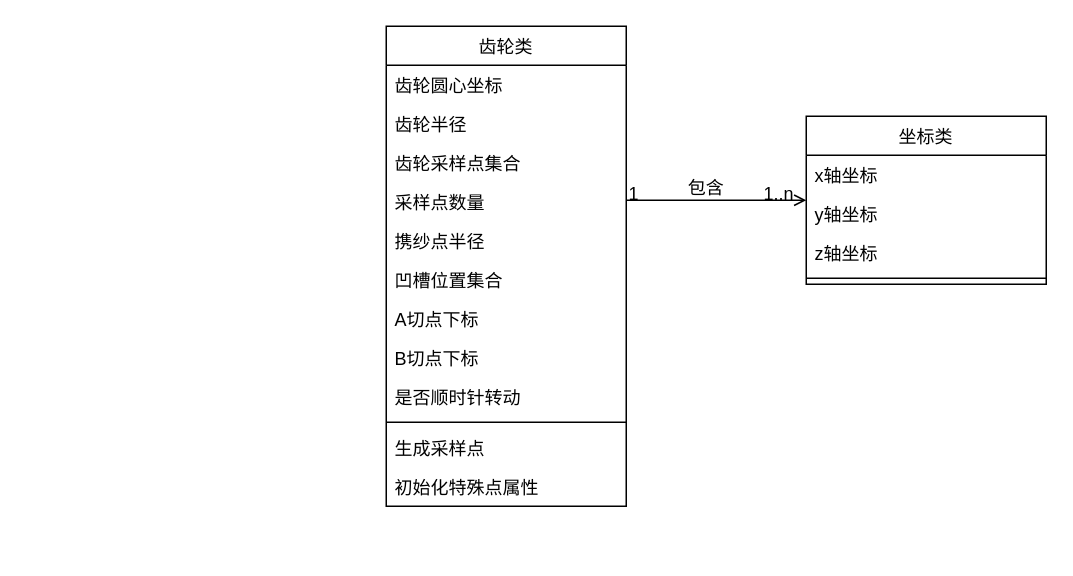
This is 毕设-类图.drawio from ScarboroughCoral/Draw.io.Storage, a draw.io file, before an edit. Source tidied: cells renumbered, new cells numbered last; positions are measured from the earlier drawing's top-left corner, leaving out a move shared by most shapes. Both pictures are drawn from the tidied source at 150%, with x=0, y=0 at pixel (386, 26).
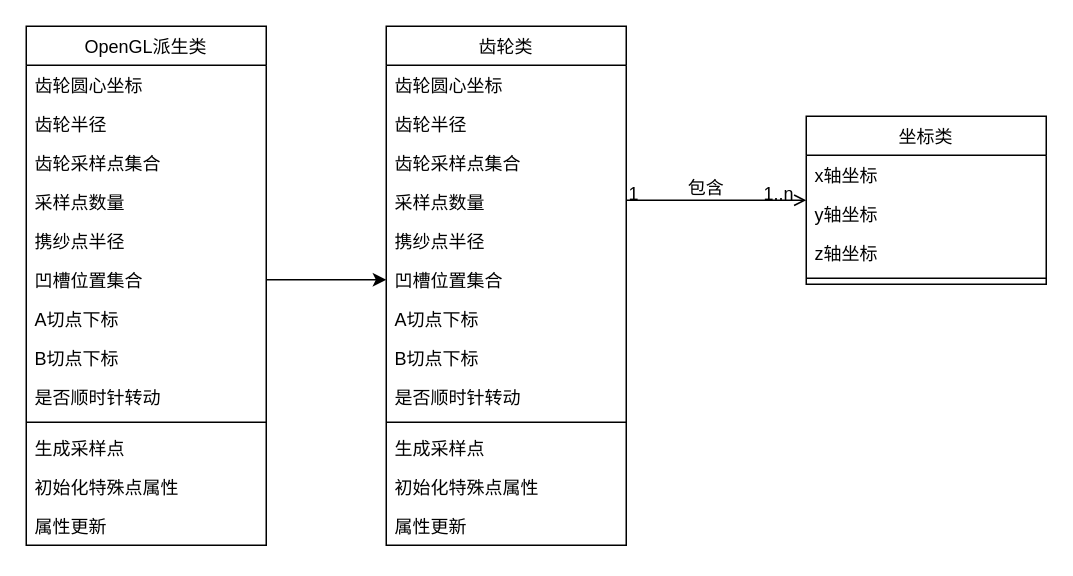
After the change.

Unchanged cells that the change refers to:
```xml
<mxCell id="12" value="凹槽位置集合" style="text;align=left;verticalAlign=top;spacingLeft=4;spacingRight=4;overflow=hidden;points=[[0,0.5],[1,0.5]];portConstraint=eastwest;rounded=0;shadow=0;html=0;" parent="6" vertex="1">
  <mxGeometry y="156" width="160" height="26" as="geometry" />
</mxCell>
```

Diff of the diagram source:
```diff
@@
     <mxCell id="6" value="齿轮类" style="swimlane;fontStyle=0;align=center;verticalAlign=top;horizontal=1;startSize=26;rounded=0;shadow=0;strokeWidth=1;" parent="1" vertex="1">
-      <mxGeometry width="160" height="320" as="geometry" />
+      <mxGeometry width="160" height="346" as="geometry" />
     </mxCell>
@@
+    <mxCell id="24" value="属性更新" style="text;align=left;verticalAlign=top;spacingLeft=4;spacingRight=4;overflow=hidden;" parent="6" vertex="1">
+      <mxGeometry y="320" width="160" height="26" as="geometry" />
+    </mxCell>
+    <mxCell id="25" value="OpenGL派生类" style="swimlane;fontStyle=0;align=center;verticalAlign=top;horizontal=1;startSize=26;rounded=0;shadow=0;strokeWidth=1;" parent="1" vertex="1">
+      <mxGeometry x="-240" width="160" height="346" as="geometry" />
+    </mxCell>
+    <mxCell id="26" value="齿轮圆心坐标" style="text;align=left;verticalAlign=top;spacingLeft=4;spacingRight=4;overflow=hidden;" parent="25" vertex="1">
+      <mxGeometry y="26" width="160" height="26" as="geometry" />
+    </mxCell>
+    <mxCell id="27" value="齿轮半径" style="text;align=left;verticalAlign=top;spacingLeft=4;spacingRight=4;overflow=hidden;rounded=0;shadow=0;html=0;" parent="25" vertex="1">
+      <mxGeometry y="52" width="160" height="26" as="geometry" />
+    </mxCell>
+    <mxCell id="28" value="齿轮采样点集合" style="text;align=left;verticalAlign=top;spacingLeft=4;spacingRight=4;overflow=hidden;rounded=0;shadow=0;html=0;" parent="25" vertex="1">
+      <mxGeometry y="78" width="160" height="26" as="geometry" />
+    </mxCell>
+    <mxCell id="29" value="采样点数量" style="text;align=left;verticalAlign=top;spacingLeft=4;spacingRight=4;overflow=hidden;rounded=0;shadow=0;html=0;" parent="25" vertex="1">
+      <mxGeometry y="104" width="160" height="26" as="geometry" />
+    </mxCell>
+    <mxCell id="30" value="携纱点半径" style="text;align=left;verticalAlign=top;spacingLeft=4;spacingRight=4;overflow=hidden;rounded=0;shadow=0;html=0;" parent="25" vertex="1">
+      <mxGeometry y="130" width="160" height="26" as="geometry" />
+    </mxCell>
+    <mxCell id="31" value="凹槽位置集合" style="text;align=left;verticalAlign=top;spacingLeft=4;spacingRight=4;overflow=hidden;points=[[0,0.5],[1,0.5]];portConstraint=eastwest;rounded=0;shadow=0;html=0;" parent="25" vertex="1">
+      <mxGeometry y="156" width="160" height="26" as="geometry" />
+    </mxCell>
+    <mxCell id="32" value="A切点下标" style="text;align=left;verticalAlign=top;spacingLeft=4;spacingRight=4;overflow=hidden;rounded=0;shadow=0;html=0;" parent="25" vertex="1">
+      <mxGeometry y="182" width="160" height="26" as="geometry" />
+    </mxCell>
+    <mxCell id="33" value="B切点下标" style="text;align=left;verticalAlign=top;spacingLeft=4;spacingRight=4;overflow=hidden;rounded=0;shadow=0;html=0;" parent="25" vertex="1">
+      <mxGeometry y="208" width="160" height="26" as="geometry" />
+    </mxCell>
+    <mxCell id="34" value="是否顺时针转动" style="text;align=left;verticalAlign=top;spacingLeft=4;spacingRight=4;overflow=hidden;rounded=0;shadow=0;html=0;" parent="25" vertex="1">
+      <mxGeometry y="234" width="160" height="26" as="geometry" />
+    </mxCell>
+    <mxCell id="35" style="line;html=1;strokeWidth=1;align=left;verticalAlign=middle;spacingTop=-1;spacingLeft=3;spacingRight=3;labelPosition=right;" parent="25" vertex="1">
+      <mxGeometry y="260" width="160" height="8" as="geometry" />
+    </mxCell>
+    <mxCell id="36" value="生成采样点" style="text;align=left;verticalAlign=top;spacingLeft=4;spacingRight=4;overflow=hidden;" parent="25" vertex="1">
+      <mxGeometry y="268" width="160" height="26" as="geometry" />
+    </mxCell>
+    <mxCell id="37" value="初始化特殊点属性" style="text;align=left;verticalAlign=top;spacingLeft=4;spacingRight=4;overflow=hidden;" parent="25" vertex="1">
+      <mxGeometry y="294" width="160" height="26" as="geometry" />
+    </mxCell>
+    <mxCell id="38" value="属性更新" style="text;align=left;verticalAlign=top;spacingLeft=4;spacingRight=4;overflow=hidden;" parent="25" vertex="1">
+      <mxGeometry y="320" width="160" height="26" as="geometry" />
+    </mxCell>
@@
+    <mxCell id="39" style="edgeStyle=orthogonalEdgeStyle;rounded=0;jettySize=auto;html=1;" parent="1" edge="1" source="31" target="12">
+      <mxGeometry relative="1" as="geometry" />
+    </mxCell>
```
